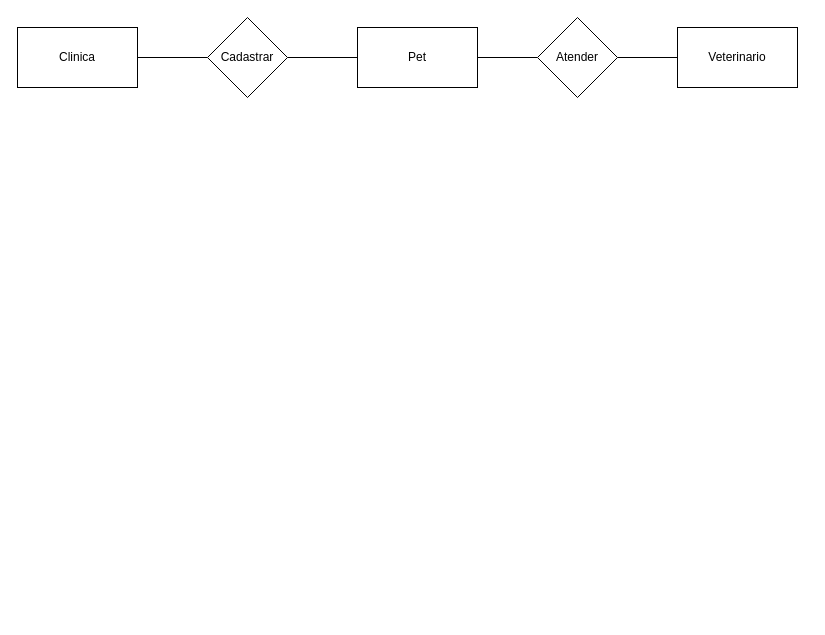
The draw.io diagram page "conceitual" (1 of 2) of exercicios/1.3-exercicio-pclinics/exercicio1.3_senai.drawio in Matheus-neri1998/Senai_sprint1_bd, before the edit. Source tidied: cells renumbered, new cells numbered last; positions are measured from the earlier drawing's top-left corner, leaving out a move shared by most shapes. Both pictures are drawn from the tidied source at 100%, with x=0, y=0 at pixel (17, 17).
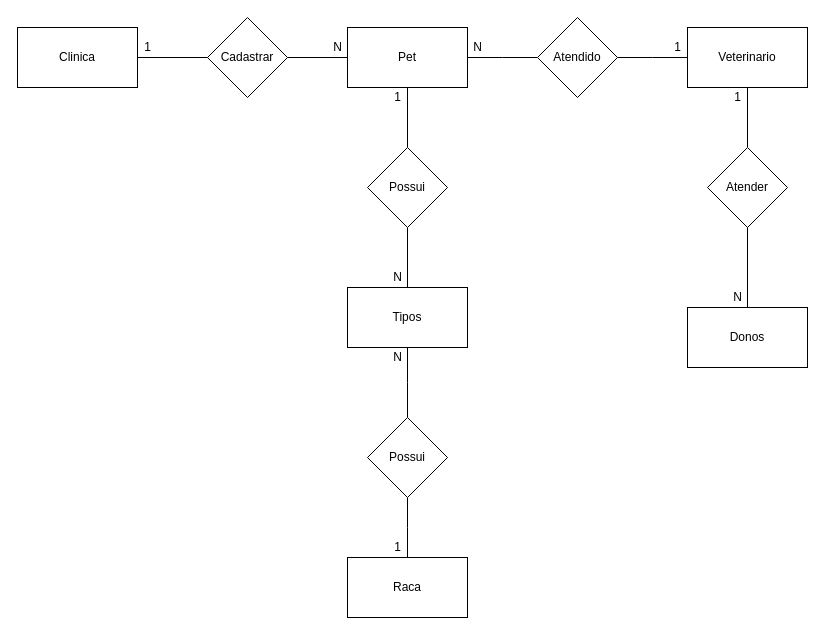
After the change.

The change refers to these unchanged cells:
```xml
<mxCell id="3" value="Clinica" style="whiteSpace=wrap;html=1;" parent="1" vertex="1">
  <mxGeometry y="10" width="120" height="60" as="geometry" />
</mxCell>
<mxCell id="8" value="Cadastrar" style="rhombus;whiteSpace=wrap;html=1;" parent="1" vertex="1">
  <mxGeometry x="190" width="80" height="80" as="geometry" />
</mxCell>
```

Change to the diagram source:
```diff
@@
-    <mxCell id="2" style="edgeStyle=orthogonalEdgeStyle;rounded=0;jettySize=auto;html=1;exitX=1;exitY=0.5;exitDx=0;exitDy=0;endArrow=none;endFill=0;" parent="1" edge="1" source="3" target="8">
+    <mxCell id="2" style="edgeStyle=orthogonalEdgeStyle;rounded=0;jettySize=auto;html=1;exitX=1;exitY=0.5;exitDx=0;exitDy=0;entryX=0;entryY=0.5;entryDx=0;entryDy=0;endArrow=none;endFill=0;" parent="1" edge="1" source="3" target="8">
       <mxGeometry relative="1" as="geometry" />
     </mxCell>
@@
+    <mxCell id="12" style="edgeStyle=orthogonalEdgeStyle;rounded=0;jettySize=auto;html=1;exitX=1;exitY=0.5;exitDx=0;exitDy=0;endArrow=none;endFill=0;" parent="1" edge="1" source="5">
+      <mxGeometry relative="1" as="geometry">
+        <mxPoint x="520" y="40" as="targetPoint" />
+      </mxGeometry>
+    </mxCell>
-    <mxCell id="4" style="edgeStyle=orthogonalEdgeStyle;rounded=0;jettySize=auto;html=1;exitX=1;exitY=0.5;exitDx=0;exitDy=0;entryX=0;entryY=0.5;entryDx=0;entryDy=0;endArrow=none;endFill=0;" parent="1" edge="1" source="5" target="11">
+    <mxCell id="4" style="edgeStyle=none;rounded=0;jettySize=auto;html=1;exitX=0.5;exitY=1;exitDx=0;exitDy=0;entryX=0.5;entryY=0;entryDx=0;entryDy=0;endArrow=none;endFill=0;fontColor=#000000;" parent="1" edge="1" source="5" target="11">
       <mxGeometry relative="1" as="geometry" />
     </mxCell>
     <mxCell id="5" value="Pet" style="whiteSpace=wrap;html=1;" parent="1" vertex="1">
-      <mxGeometry x="340" y="10" width="120" height="60" as="geometry" />
+      <mxGeometry x="330" y="10" width="120" height="60" as="geometry" />
     </mxCell>
+    <mxCell id="13" style="edgeStyle=none;rounded=0;jettySize=auto;html=1;exitX=0.5;exitY=1;exitDx=0;exitDy=0;endArrow=none;endFill=0;fontColor=#000000;" parent="1" edge="1" source="6">
+      <mxGeometry relative="1" as="geometry">
+        <mxPoint x="730" y="130" as="targetPoint" />
+      </mxGeometry>
+    </mxCell>
     <mxCell id="6" value="Veterinario" style="whiteSpace=wrap;html=1;" parent="1" vertex="1">
-      <mxGeometry x="660" y="10" width="120" height="60" as="geometry" />
+      <mxGeometry x="670" y="10" width="120" height="60" as="geometry" />
     </mxCell>
@@
-    <mxCell id="10" style="edgeStyle=orthogonalEdgeStyle;rounded=0;jettySize=auto;html=1;exitX=1;exitY=0.5;exitDx=0;exitDy=0;entryX=0;entryY=0.5;entryDx=0;entryDy=0;endArrow=none;endFill=0;" parent="1" edge="1" source="11" target="6">
-      <mxGeometry relative="1" as="geometry" />
-    </mxCell>
+    <mxCell id="14" style="edgeStyle=orthogonalEdgeStyle;rounded=0;jettySize=auto;html=1;exitX=0.5;exitY=1;exitDx=0;exitDy=0;entryX=0.5;entryY=0;entryDx=0;entryDy=0;endArrow=none;endFill=0;" parent="1" edge="1" source="11" target="16">
+      <mxGeometry relative="1" as="geometry" />
+    </mxCell>
-    <mxCell id="11" value="Atender" style="rhombus;whiteSpace=wrap;html=1;" parent="1" vertex="1">
-      <mxGeometry x="520" width="80" height="80" as="geometry" />
+    <mxCell id="11" value="Possui" style="rhombus;whiteSpace=wrap;html=1;" parent="1" vertex="1">
+      <mxGeometry x="350" y="130" width="80" height="80" as="geometry" />
     </mxCell>
+    <mxCell id="15" style="edgeStyle=orthogonalEdgeStyle;rounded=0;jettySize=auto;html=1;exitX=0.5;exitY=1;exitDx=0;exitDy=0;endArrow=none;endFill=0;" parent="1" edge="1" source="16">
+      <mxGeometry relative="1" as="geometry">
+        <mxPoint x="390" y="400" as="targetPoint" />
+      </mxGeometry>
+    </mxCell>
+    <mxCell id="16" value="Tipos" style="whiteSpace=wrap;html=1;" parent="1" vertex="1">
+      <mxGeometry x="330" y="270" width="120" height="60" as="geometry" />
+    </mxCell>
+    <mxCell id="17" style="edgeStyle=orthogonalEdgeStyle;rounded=0;jettySize=auto;html=1;exitX=0.5;exitY=1;exitDx=0;exitDy=0;endArrow=none;endFill=0;" parent="1" edge="1" source="18">
+      <mxGeometry relative="1" as="geometry">
+        <mxPoint x="390" y="540" as="targetPoint" />
+      </mxGeometry>
+    </mxCell>
+    <mxCell id="18" value="Possui" style="rhombus;whiteSpace=wrap;html=1;" parent="1" vertex="1">
+      <mxGeometry x="350" y="400" width="80" height="80" as="geometry" />
+    </mxCell>
+    <mxCell id="19" value="Raca" style="whiteSpace=wrap;html=1;" parent="1" vertex="1">
+      <mxGeometry x="330" y="540" width="120" height="60" as="geometry" />
+    </mxCell>
+    <mxCell id="20" value="Donos" style="whiteSpace=wrap;html=1;" parent="1" vertex="1">
+      <mxGeometry x="670" y="290" width="120" height="60" as="geometry" />
+    </mxCell>
+    <mxCell id="21" style="edgeStyle=orthogonalEdgeStyle;rounded=0;jettySize=auto;html=1;exitX=1;exitY=0.5;exitDx=0;exitDy=0;endArrow=none;endFill=0;" parent="1" edge="1" source="22">
+      <mxGeometry relative="1" as="geometry">
+        <mxPoint x="670" y="40" as="targetPoint" />
+      </mxGeometry>
+    </mxCell>
+    <mxCell id="22" value="Atendido" style="rhombus;whiteSpace=wrap;html=1;" parent="1" vertex="1">
+      <mxGeometry x="520" width="80" height="80" as="geometry" />
+    </mxCell>
+    <mxCell id="23" value="1" style="text;html=1;align=center;verticalAlign=middle;" parent="1" vertex="1">
+      <mxGeometry x="120" y="20" width="20" height="20" as="geometry" />
+    </mxCell>
+    <mxCell id="24" value="N" style="text;html=1;align=center;verticalAlign=middle;" parent="1" vertex="1">
+      <mxGeometry x="310" y="20" width="20" height="20" as="geometry" />
+    </mxCell>
+    <mxCell id="25" value="1" style="text;html=1;align=center;verticalAlign=middle;" parent="1" vertex="1">
+      <mxGeometry x="650" y="20" width="20" height="20" as="geometry" />
+    </mxCell>
+    <mxCell id="26" value="N" style="text;html=1;align=center;verticalAlign=middle;" parent="1" vertex="1">
+      <mxGeometry x="370" y="250" width="20" height="20" as="geometry" />
+    </mxCell>
+    <mxCell id="27" value="1" style="text;html=1;align=center;verticalAlign=middle;" parent="1" vertex="1">
+      <mxGeometry x="370" y="520" width="20" height="20" as="geometry" />
+    </mxCell>
+    <mxCell id="28" value="N" style="text;html=1;align=center;verticalAlign=middle;fontColor=#000000;" parent="1" vertex="1">
+      <mxGeometry x="450" y="20" width="20" height="20" as="geometry" />
+    </mxCell>
+    <mxCell id="29" value="1" style="text;html=1;align=center;verticalAlign=middle;fontColor=#000000;" parent="1" vertex="1">
+      <mxGeometry x="370" y="70" width="20" height="20" as="geometry" />
+    </mxCell>
+    <mxCell id="30" value="N" style="text;html=1;align=center;verticalAlign=middle;fontColor=#000000;" parent="1" vertex="1">
+      <mxGeometry x="370" y="330" width="20" height="20" as="geometry" />
+    </mxCell>
+    <mxCell id="31" style="edgeStyle=none;rounded=0;jettySize=auto;html=1;exitX=0.5;exitY=1;exitDx=0;exitDy=0;entryX=0.5;entryY=0;entryDx=0;entryDy=0;endArrow=none;endFill=0;fontColor=#000000;" parent="1" edge="1" source="32" target="20">
+      <mxGeometry relative="1" as="geometry" />
+    </mxCell>
+    <mxCell id="32" value="Atender" style="rhombus;whiteSpace=wrap;html=1;" parent="1" vertex="1">
+      <mxGeometry x="690" y="130" width="80" height="80" as="geometry" />
+    </mxCell>
+    <mxCell id="33" value="1" style="text;html=1;align=center;verticalAlign=middle;fontColor=#000000;" parent="1" vertex="1">
+      <mxGeometry x="710" y="70" width="20" height="20" as="geometry" />
+    </mxCell>
+    <mxCell id="34" value="N" style="text;html=1;align=center;verticalAlign=middle;fontColor=#000000;" parent="1" vertex="1">
+      <mxGeometry x="710" y="270" width="20" height="20" as="geometry" />
+    </mxCell>
```
